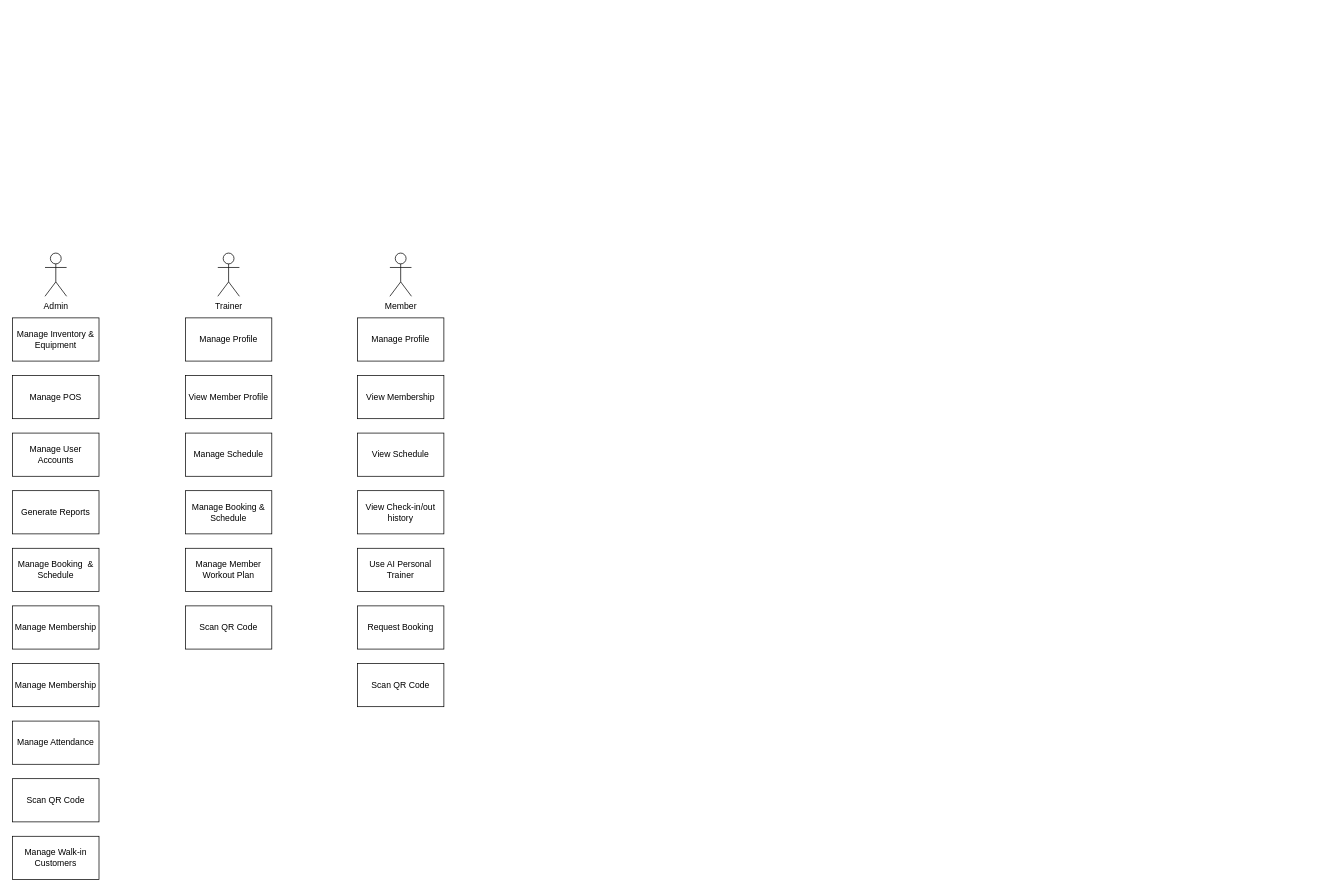
xelfus23/draw-io keeps this draw.io diagram as page "Use Case Diagram" (2 of 6) of Dataflow diagram.drawio. Above is the earlier version. Source tidied: cells renumbered, new cells numbered last; positions are measured from the earlier drawing's top-left corner, leaving out a move shared by most shapes. Both pictures are drawn from the tidied source at 72%, with x=0, y=0 at pixel (12, 253).
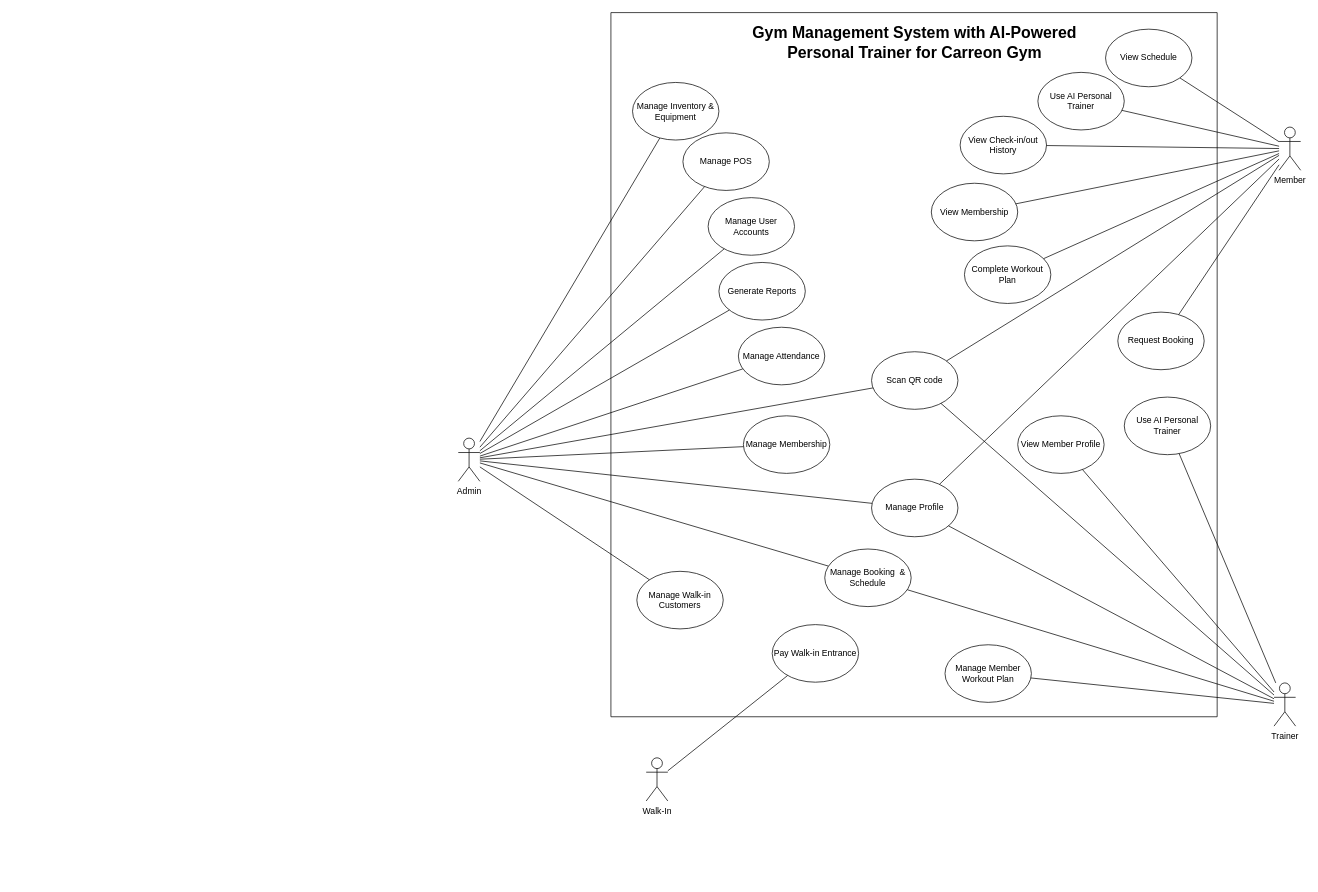
After the change.

The edit, as a diff of the source:
```diff
@@
-    <mxCell id="2" value="Admin" style="shape=umlActor;verticalLabelPosition=bottom;verticalAlign=top;html=1;outlineConnect=0;" parent="1" vertex="1">
-      <mxGeometry x="45" width="30" height="60" as="geometry" />
-    </mxCell>
-    <mxCell id="3" value="Member" style="shape=umlActor;verticalLabelPosition=bottom;verticalAlign=top;html=1;outlineConnect=0;" parent="1" vertex="1">
-      <mxGeometry x="524" width="30" height="60" as="geometry" />
-    </mxCell>
-    <mxCell id="4" value="Trainer" style="shape=umlActor;verticalLabelPosition=bottom;verticalAlign=top;html=1;outlineConnect=0;" parent="1" vertex="1">
-      <mxGeometry x="285" width="30" height="60" as="geometry" />
-    </mxCell>
+    <mxCell id="28" style="swimlane;startSize=0;" parent="1" vertex="1">
+      <mxGeometry x="831" y="-334" width="842" height="978" as="geometry" />
+    </mxCell>
-    <mxCell id="5" value="Manage Inventory &amp;amp; Equipment" style="rounded=0;whiteSpace=wrap;html=1;" parent="1" vertex="1">
-      <mxGeometry y="90" width="120" height="60" as="geometry" />
+    <mxCell id="5" value="Manage Inventory &amp;amp; Equipment" style="ellipse;whiteSpace=wrap;html=1;" parent="28" vertex="1">
+      <mxGeometry x="30" y="97" width="120" height="80" as="geometry" />
     </mxCell>
-    <mxCell id="6" value="Manage POS" style="rounded=0;whiteSpace=wrap;html=1;" parent="1" vertex="1">
-      <mxGeometry y="170" width="120" height="60" as="geometry" />
+    <mxCell id="6" value="Manage POS" style="ellipse;whiteSpace=wrap;html=1;" parent="28" vertex="1">
+      <mxGeometry x="100" y="167" width="120" height="80" as="geometry" />
     </mxCell>
-    <mxCell id="7" value="Manage User Accounts" style="rounded=0;whiteSpace=wrap;html=1;" parent="1" vertex="1">
-      <mxGeometry y="250" width="120" height="60" as="geometry" />
+    <mxCell id="7" value="Manage User Accounts" style="ellipse;whiteSpace=wrap;html=1;" parent="28" vertex="1">
+      <mxGeometry x="135" y="257" width="120" height="80" as="geometry" />
     </mxCell>
-    <mxCell id="8" value="Generate Reports" style="rounded=0;whiteSpace=wrap;html=1;" parent="1" vertex="1">
-      <mxGeometry y="330" width="120" height="60" as="geometry" />
+    <mxCell id="8" value="Generate Reports" style="ellipse;whiteSpace=wrap;html=1;" parent="28" vertex="1">
+      <mxGeometry x="150" y="347" width="120" height="80" as="geometry" />
     </mxCell>
-    <mxCell id="9" value="Manage Booking&amp;nbsp; &amp;amp; Schedule" style="rounded=0;whiteSpace=wrap;html=1;" parent="1" vertex="1">
-      <mxGeometry y="410" width="120" height="60" as="geometry" />
-    </mxCell>
-    <mxCell id="10" value="Manage Membership" style="rounded=0;whiteSpace=wrap;html=1;" parent="1" vertex="1">
-      <mxGeometry y="490" width="120" height="60" as="geometry" />
-    </mxCell>
-    <mxCell id="11" value="Manage Membership" style="rounded=0;whiteSpace=wrap;html=1;" parent="1" vertex="1">
-      <mxGeometry y="570" width="120" height="60" as="geometry" />
-    </mxCell>
+    <mxCell id="29" value="Manage Booking&amp;nbsp; &amp;amp; Schedule" style="ellipse;whiteSpace=wrap;html=1;" parent="28" vertex="1">
+      <mxGeometry x="297" y="745" width="120" height="80" as="geometry" />
+    </mxCell>
+    <mxCell id="30" value="Manage Membership" style="ellipse;whiteSpace=wrap;html=1;" parent="28" vertex="1">
+      <mxGeometry x="184" y="560" width="120" height="80" as="geometry" />
+    </mxCell>
-    <mxCell id="12" value="Manage Attendance" style="rounded=0;whiteSpace=wrap;html=1;" parent="1" vertex="1">
-      <mxGeometry y="650" width="120" height="60" as="geometry" />
+    <mxCell id="12" value="Manage Attendance" style="ellipse;whiteSpace=wrap;html=1;" parent="28" vertex="1">
+      <mxGeometry x="177" y="437" width="120" height="80" as="geometry" />
     </mxCell>
-    <mxCell id="13" value="Manage Schedule" style="rounded=0;whiteSpace=wrap;html=1;" parent="1" vertex="1">
-      <mxGeometry x="240" y="250" width="120" height="60" as="geometry" />
-    </mxCell>
-    <mxCell id="14" value="Manage Booking &amp;amp; Schedule" style="rounded=0;whiteSpace=wrap;html=1;" parent="1" vertex="1">
-      <mxGeometry x="240" y="330" width="120" height="60" as="geometry" />
-    </mxCell>
+    <mxCell id="31" value="Scan QR code" style="ellipse;whiteSpace=wrap;html=1;" parent="28" vertex="1">
+      <mxGeometry x="362" y="471" width="120" height="80" as="geometry" />
+    </mxCell>
+    <mxCell id="25" value="Manage Walk-in Customers" style="ellipse;whiteSpace=wrap;html=1;" parent="28" vertex="1">
+      <mxGeometry x="36" y="776" width="120" height="80" as="geometry" />
+    </mxCell>
+    <mxCell id="32" value="Manage Profile" style="ellipse;whiteSpace=wrap;html=1;" parent="28" vertex="1">
+      <mxGeometry x="362" y="648" width="120" height="80" as="geometry" />
+    </mxCell>
+    <mxCell id="27" value="View Member Profile" style="ellipse;whiteSpace=wrap;html=1;" parent="28" vertex="1">
+      <mxGeometry x="565" y="560" width="120" height="80" as="geometry" />
+    </mxCell>
-    <mxCell id="15" value="Manage Member Workout Plan" style="rounded=0;whiteSpace=wrap;html=1;" parent="1" vertex="1">
-      <mxGeometry x="240" y="410" width="120" height="60" as="geometry" />
+    <mxCell id="15" value="Manage Member Workout Plan" style="ellipse;whiteSpace=wrap;html=1;" parent="28" vertex="1">
+      <mxGeometry x="464" y="878" width="120" height="80" as="geometry" />
     </mxCell>
-    <mxCell id="16" value="Manage Profile" style="rounded=0;whiteSpace=wrap;html=1;" parent="1" vertex="1">
-      <mxGeometry x="479" y="90" width="120" height="60" as="geometry" />
-    </mxCell>
+    <mxCell id="33" value="Use AI Personal Trainer" style="ellipse;whiteSpace=wrap;html=1;" parent="28" vertex="1">
+      <mxGeometry x="713" y="534" width="120" height="80" as="geometry" />
+    </mxCell>
-    <mxCell id="17" value="View Membership" style="rounded=0;whiteSpace=wrap;html=1;" parent="1" vertex="1">
-      <mxGeometry x="479" y="170" width="120" height="60" as="geometry" />
+    <mxCell id="17" value="View Membership" style="ellipse;whiteSpace=wrap;html=1;" parent="28" vertex="1">
+      <mxGeometry x="445" y="237" width="120" height="80" as="geometry" />
     </mxCell>
-    <mxCell id="18" value="View Schedule" style="rounded=0;whiteSpace=wrap;html=1;" parent="1" vertex="1">
-      <mxGeometry x="479" y="250" width="120" height="60" as="geometry" />
+    <mxCell id="18" value="View Schedule" style="ellipse;whiteSpace=wrap;html=1;" parent="28" vertex="1">
+      <mxGeometry x="687" y="23" width="120" height="80" as="geometry" />
     </mxCell>
-    <mxCell id="19" value="View Check-in/out history" style="rounded=0;whiteSpace=wrap;html=1;" parent="1" vertex="1">
-      <mxGeometry x="479" y="330" width="120" height="60" as="geometry" />
-    </mxCell>
-    <mxCell id="20" value="Use AI Personal Trainer" style="rounded=0;whiteSpace=wrap;html=1;" parent="1" vertex="1">
-      <mxGeometry x="479" y="410" width="120" height="60" as="geometry" />
-    </mxCell>
+    <mxCell id="34" value="View Check-in/out History" style="ellipse;whiteSpace=wrap;html=1;" parent="28" vertex="1">
+      <mxGeometry x="485" y="144" width="120" height="80" as="geometry" />
+    </mxCell>
-    <mxCell id="21" value="Request Booking" style="rounded=0;whiteSpace=wrap;html=1;" parent="1" vertex="1">
-      <mxGeometry x="479" y="490" width="120" height="60" as="geometry" />
+    <mxCell id="21" value="Request Booking" style="ellipse;whiteSpace=wrap;html=1;" parent="28" vertex="1">
+      <mxGeometry x="704" y="416" width="120" height="80" as="geometry" />
     </mxCell>
-    <mxCell id="22" value="Scan QR Code" style="rounded=0;whiteSpace=wrap;html=1;" parent="1" vertex="1">
-      <mxGeometry y="730" width="120" height="60" as="geometry" />
-    </mxCell>
-    <mxCell id="23" value="Scan QR Code" style="rounded=0;whiteSpace=wrap;html=1;" parent="1" vertex="1">
-      <mxGeometry x="240" y="490" width="120" height="60" as="geometry" />
-    </mxCell>
-    <mxCell id="24" value="Scan QR Code" style="rounded=0;whiteSpace=wrap;html=1;" parent="1" vertex="1">
-      <mxGeometry x="479" y="570" width="120" height="60" as="geometry" />
-    </mxCell>
-    <mxCell id="25" value="Manage Walk-in Customers" style="rounded=0;whiteSpace=wrap;html=1;" parent="1" vertex="1">
-      <mxGeometry y="810" width="120" height="60" as="geometry" />
-    </mxCell>
-    <mxCell id="26" value="Manage Profile" style="rounded=0;whiteSpace=wrap;html=1;" parent="1" vertex="1">
-      <mxGeometry x="240" y="90" width="120" height="60" as="geometry" />
-    </mxCell>
-    <mxCell id="27" value="View Member Profile" style="rounded=0;whiteSpace=wrap;html=1;" parent="1" vertex="1">
-      <mxGeometry x="240" y="170" width="120" height="60" as="geometry" />
-    </mxCell>
+    <mxCell id="35" value="Pay Walk-in Entrance" style="ellipse;whiteSpace=wrap;html=1;" parent="28" vertex="1">
+      <mxGeometry x="224" y="850" width="120" height="80" as="geometry" />
+    </mxCell>
+    <mxCell id="36" value="Use AI Personal Trainer" style="ellipse;whiteSpace=wrap;html=1;" parent="28" vertex="1">
+      <mxGeometry x="593" y="83" width="120" height="80" as="geometry" />
+    </mxCell>
+    <mxCell id="37" value="&lt;b&gt;&lt;font style=&quot;font-size: 22px;&quot;&gt;Gym Management System with AI-Powered Personal Trainer for Carreon Gym&lt;/font&gt;&lt;/b&gt;" style="text;html=1;whiteSpace=wrap;strokeColor=none;fillColor=none;align=center;verticalAlign=middle;rounded=0;" parent="28" vertex="1">
+      <mxGeometry x="172.2" y="18" width="499.5" height="48" as="geometry" />
+    </mxCell>
+    <mxCell id="38" value="Complete Workout Plan" style="ellipse;whiteSpace=wrap;html=1;" parent="28" vertex="1">
+      <mxGeometry x="491" y="324" width="120" height="80" as="geometry" />
+    </mxCell>
+    <mxCell id="3" value="Member" style="shape=umlActor;verticalLabelPosition=bottom;verticalAlign=top;html=1;outlineConnect=0;" parent="1" vertex="1">
+      <mxGeometry x="1759" y="-175" width="30" height="60" as="geometry" />
+    </mxCell>
+    <mxCell id="39" style="rounded=0;jettySize=auto;html=1;endArrow=none;endFill=0;" parent="1" edge="1" source="2" target="5">
+      <mxGeometry relative="1" as="geometry" />
+    </mxCell>
+    <mxCell id="40" style="rounded=0;jettySize=auto;html=1;endArrow=none;endFill=0;" parent="1" edge="1" source="2" target="6">
+      <mxGeometry relative="1" as="geometry" />
+    </mxCell>
+    <mxCell id="2" value="Admin" style="shape=umlActor;verticalLabelPosition=bottom;verticalAlign=top;html=1;outlineConnect=0;" parent="1" vertex="1">
+      <mxGeometry x="619" y="257" width="30" height="60" as="geometry" />
+    </mxCell>
+    <mxCell id="4" value="Trainer" style="shape=umlActor;verticalLabelPosition=bottom;verticalAlign=top;html=1;outlineConnect=0;" parent="1" vertex="1">
+      <mxGeometry x="1752" y="597" width="30" height="60" as="geometry" />
+    </mxCell>
+    <mxCell id="41" style="rounded=0;jettySize=auto;html=1;endArrow=none;endFill=0;" parent="1" edge="1" source="42" target="35">
+      <mxGeometry relative="1" as="geometry" />
+    </mxCell>
+    <mxCell id="42" value="Walk-In" style="shape=umlActor;verticalLabelPosition=bottom;verticalAlign=top;html=1;outlineConnect=0;" parent="1" vertex="1">
+      <mxGeometry x="880" y="701" width="30" height="60" as="geometry" />
+    </mxCell>
+    <mxCell id="43" style="rounded=0;jettySize=auto;html=1;endArrow=none;endFill=0;" parent="1" edge="1" source="2" target="7">
+      <mxGeometry relative="1" as="geometry" />
+    </mxCell>
+    <mxCell id="44" style="rounded=0;jettySize=auto;html=1;endArrow=none;endFill=0;" parent="1" edge="1" source="2" target="8">
+      <mxGeometry relative="1" as="geometry" />
+    </mxCell>
+    <mxCell id="45" style="rounded=0;jettySize=auto;html=1;endArrow=none;endFill=0;" parent="1" edge="1" source="2" target="29">
+      <mxGeometry relative="1" as="geometry" />
+    </mxCell>
+    <mxCell id="46" style="rounded=0;jettySize=auto;html=1;endArrow=none;endFill=0;" parent="1" edge="1" source="2" target="30">
+      <mxGeometry relative="1" as="geometry" />
+    </mxCell>
+    <mxCell id="47" style="rounded=0;jettySize=auto;html=1;endArrow=none;endFill=0;" parent="1" edge="1" source="2" target="12">
+      <mxGeometry relative="1" as="geometry" />
+    </mxCell>
+    <mxCell id="48" style="rounded=0;jettySize=auto;html=1;endArrow=none;endFill=0;" parent="1" edge="1" source="2" target="31">
+      <mxGeometry relative="1" as="geometry" />
+    </mxCell>
+    <mxCell id="49" style="rounded=0;jettySize=auto;html=1;endArrow=none;endFill=0;" parent="1" edge="1" source="2" target="25">
+      <mxGeometry relative="1" as="geometry" />
+    </mxCell>
+    <mxCell id="50" style="rounded=0;jettySize=auto;html=1;endArrow=none;endFill=0;" parent="1" edge="1" source="32" target="4">
+      <mxGeometry relative="1" as="geometry" />
+    </mxCell>
+    <mxCell id="51" style="rounded=0;jettySize=auto;html=1;endArrow=none;endFill=0;" parent="1" edge="1" source="32" target="3">
+      <mxGeometry relative="1" as="geometry" />
+    </mxCell>
+    <mxCell id="52" style="rounded=0;jettySize=auto;html=1;endArrow=none;endFill=0;" parent="1" edge="1" source="17" target="3">
+      <mxGeometry relative="1" as="geometry" />
+    </mxCell>
+    <mxCell id="53" style="rounded=0;jettySize=auto;html=1;endArrow=none;endFill=0;" parent="1" edge="1" source="18" target="3">
+      <mxGeometry relative="1" as="geometry" />
+    </mxCell>
+    <mxCell id="54" style="rounded=0;jettySize=auto;html=1;endArrow=none;endFill=0;" parent="1" edge="1" source="34" target="3">
+      <mxGeometry relative="1" as="geometry" />
+    </mxCell>
+    <mxCell id="55" style="rounded=0;jettySize=auto;html=1;endArrow=none;endFill=0;" parent="1" edge="1" source="36" target="3">
+      <mxGeometry relative="1" as="geometry" />
+    </mxCell>
+    <mxCell id="56" style="rounded=0;jettySize=auto;html=1;endArrow=none;endFill=0;" parent="1" edge="1" source="21" target="3">
+      <mxGeometry relative="1" as="geometry" />
+    </mxCell>
+    <mxCell id="57" style="rounded=0;jettySize=auto;html=1;endArrow=none;endFill=0;" parent="1" edge="1" source="31" target="3">
+      <mxGeometry relative="1" as="geometry" />
+    </mxCell>
+    <mxCell id="58" style="rounded=0;jettySize=auto;html=1;endArrow=none;endFill=0;" parent="1" edge="1" source="31" target="4">
+      <mxGeometry relative="1" as="geometry" />
+    </mxCell>
+    <mxCell id="59" style="rounded=0;jettySize=auto;html=1;endArrow=none;endFill=0;" parent="1" edge="1" source="27" target="4">
+      <mxGeometry relative="1" as="geometry" />
+    </mxCell>
+    <mxCell id="60" style="rounded=0;jettySize=auto;html=1;endArrow=none;endFill=0;" parent="1" edge="1" source="2" target="32">
+      <mxGeometry relative="1" as="geometry" />
+    </mxCell>
+    <mxCell id="61" style="rounded=0;jettySize=auto;html=1;endArrow=none;endFill=0;" parent="1" edge="1" source="33" target="4">
+      <mxGeometry relative="1" as="geometry" />
+    </mxCell>
+    <mxCell id="62" style="rounded=0;jettySize=auto;html=1;endArrow=none;endFill=0;" parent="1" edge="1" source="29" target="4">
+      <mxGeometry relative="1" as="geometry" />
+    </mxCell>
+    <mxCell id="63" style="rounded=0;jettySize=auto;html=1;endArrow=none;endFill=0;" parent="1" edge="1" source="15" target="4">
+      <mxGeometry relative="1" as="geometry" />
+    </mxCell>
+    <mxCell id="64" style="rounded=0;jettySize=auto;html=1;endArrow=none;endFill=0;" parent="1" edge="1" source="38" target="3">
+      <mxGeometry relative="1" as="geometry" />
+    </mxCell>
```
